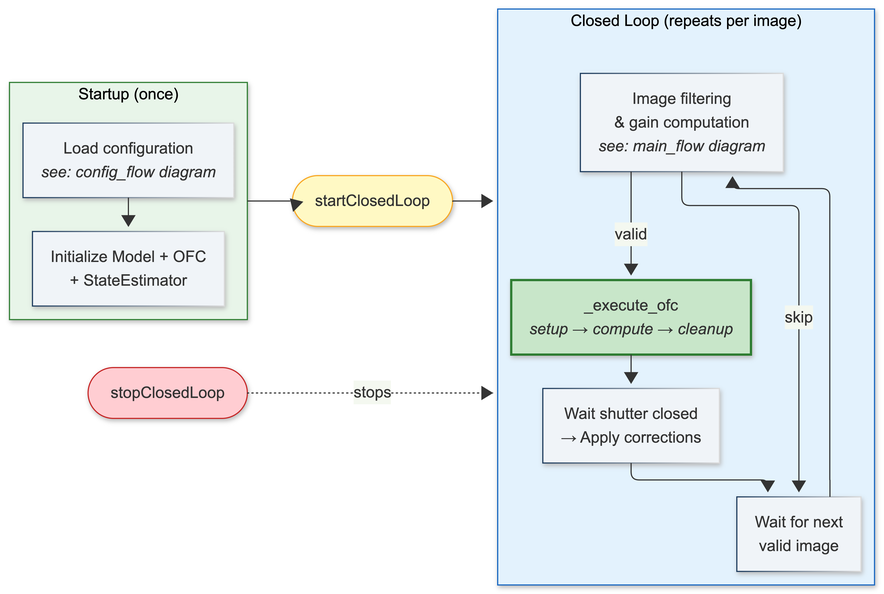
Above: doc/closed-loop/_static/high_level_loop.png in lsst-ts/ts_mtaos (Mermaid), before the change. Its source is kept beside it as doc/closed-loop/_static/high_level_loop.mmd.
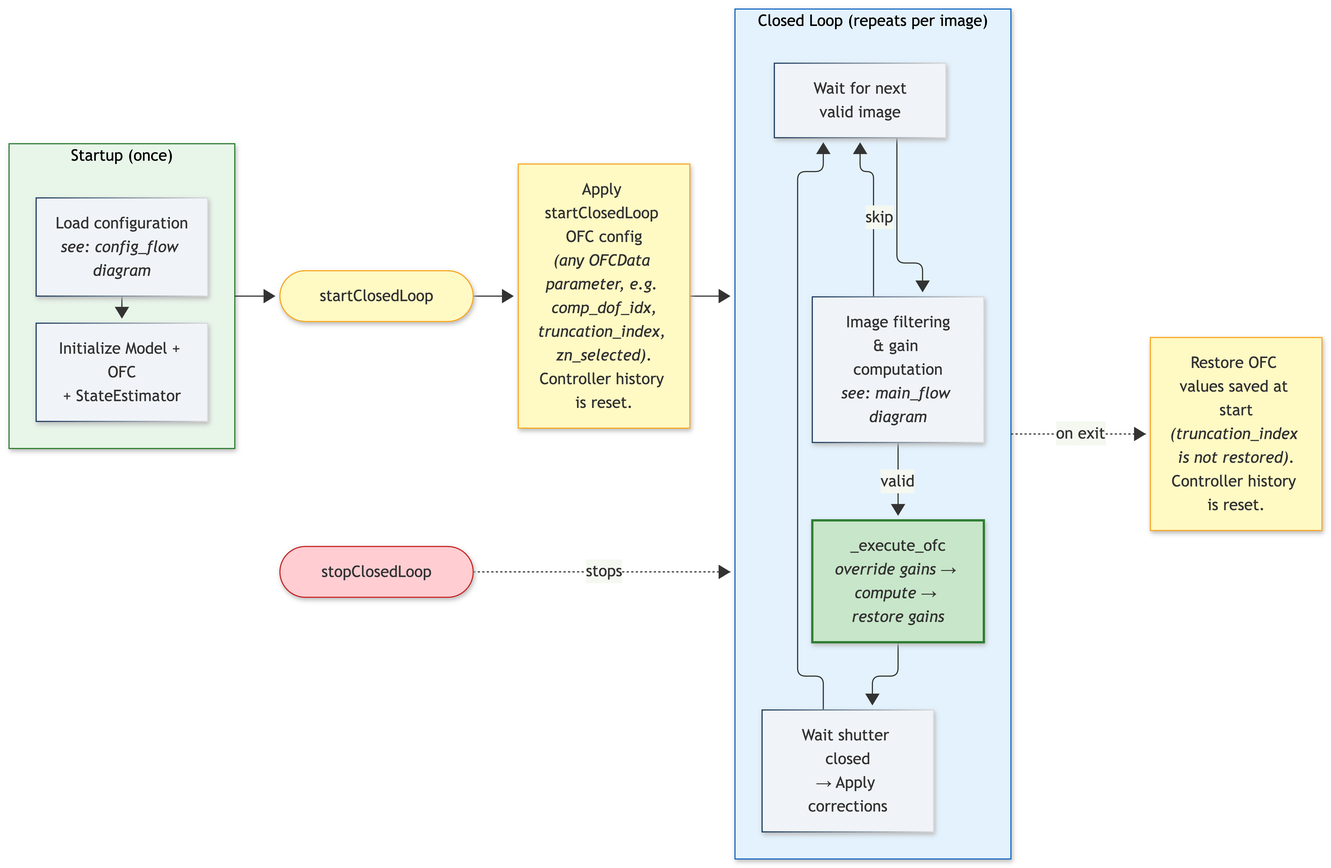
The same file after the commit.

Commit message:
Update closed loop documentation for session-scoped OFC configuration and the leaky integrator.

Diff of the diagram source:
```diff
@@ -18,18 +18,22 @@
     subgraph LOOP["Closed Loop (repeats per image)"]
         direction TB
         WAIT[Wait for next<br/>valid image] --> CHECK[Image filtering<br/>& gain computation<br/><i>see: main_flow diagram</i>]
-        CHECK -->|valid| OFC_CALL[_execute_ofc<br/><i>setup → compute → cleanup</i>]
+        CHECK -->|valid| OFC_CALL[_execute_ofc<br/><i>override gains → compute → restore gains</i>]
         CHECK -->|skip| WAIT
         OFC_CALL --> APPLY[Wait shutter closed<br/>→ Apply corrections]
         APPLY --> WAIT
     end
 
-    CMD_START([startClosedLoop]) --> LOOP
+    CMD_START([startClosedLoop]) --> SESSION_START["Apply startClosedLoop OFC config<br/><i>(any OFCData parameter, e.g. comp_dof_idx,<br/>truncation_index, zn_selected)</i>.<br/>Controller history is reset."]
+    SESSION_START --> LOOP
     STARTUP --> CMD_START
     CMD_STOP([stopClosedLoop]) -.->|stops| LOOP
+    LOOP -.->|on exit| SESSION_END["Restore OFC values saved at start<br/><i>(truncation_index is not restored)</i>.<br/>Controller history is reset."]
 
     style STARTUP fill:#e8f5e9,stroke:#2e7d32
     style LOOP fill:#e3f2fd,stroke:#1565c0
     style OFC_CALL fill:#c8e6c9,stroke:#2e7d32,stroke-width:2px
     style CMD_START fill:#fff9c4,stroke:#f9a825
+    style SESSION_START fill:#fff9c4,stroke:#f9a825
+    style SESSION_END fill:#fff9c4,stroke:#f9a825
     style CMD_STOP fill:#ffcdd2,stroke:#c62828
```
